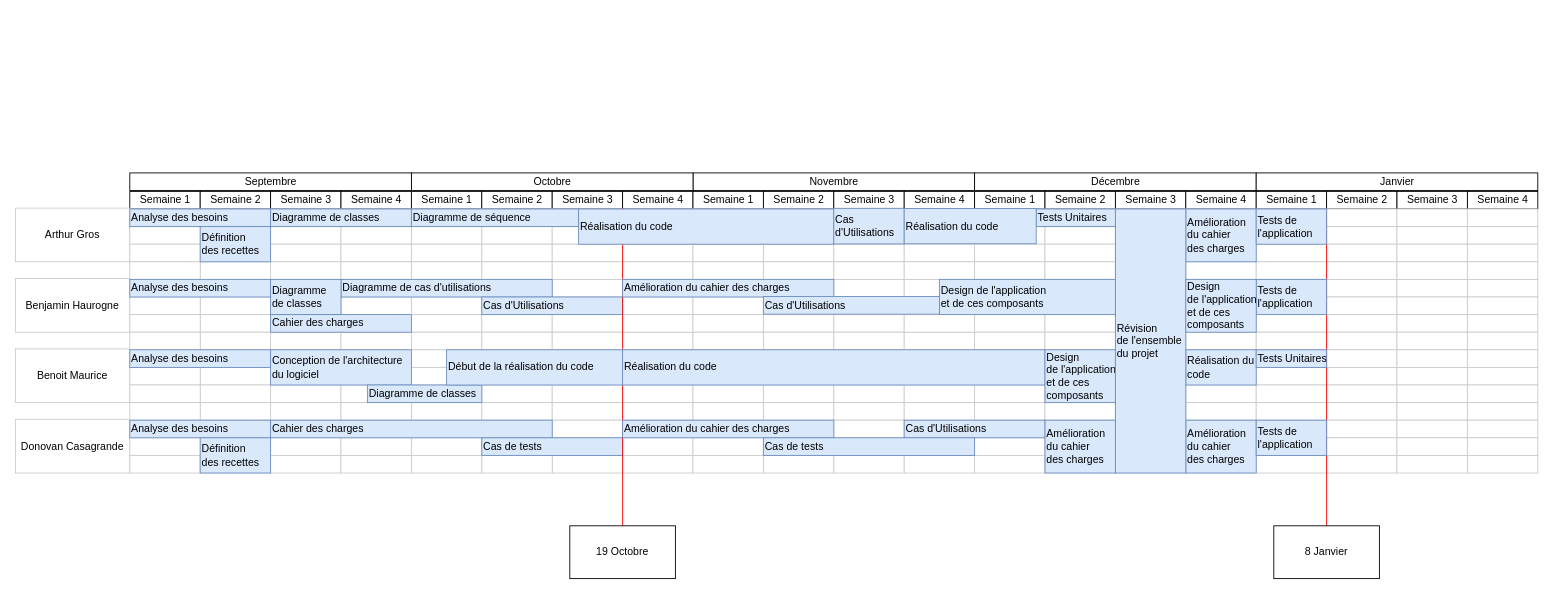
Earlier version of the draw.io diagram Gantt.drawio (BMaurice56/Tamagotchi). Source tidied: cells renumbered, new cells numbered last; positions are measured from the earlier drawing's top-left corner, leaving out a move shared by most shapes. Both pictures are drawn from the tidied source at 88%, with x=0, y=0 at pixel (15, 172).
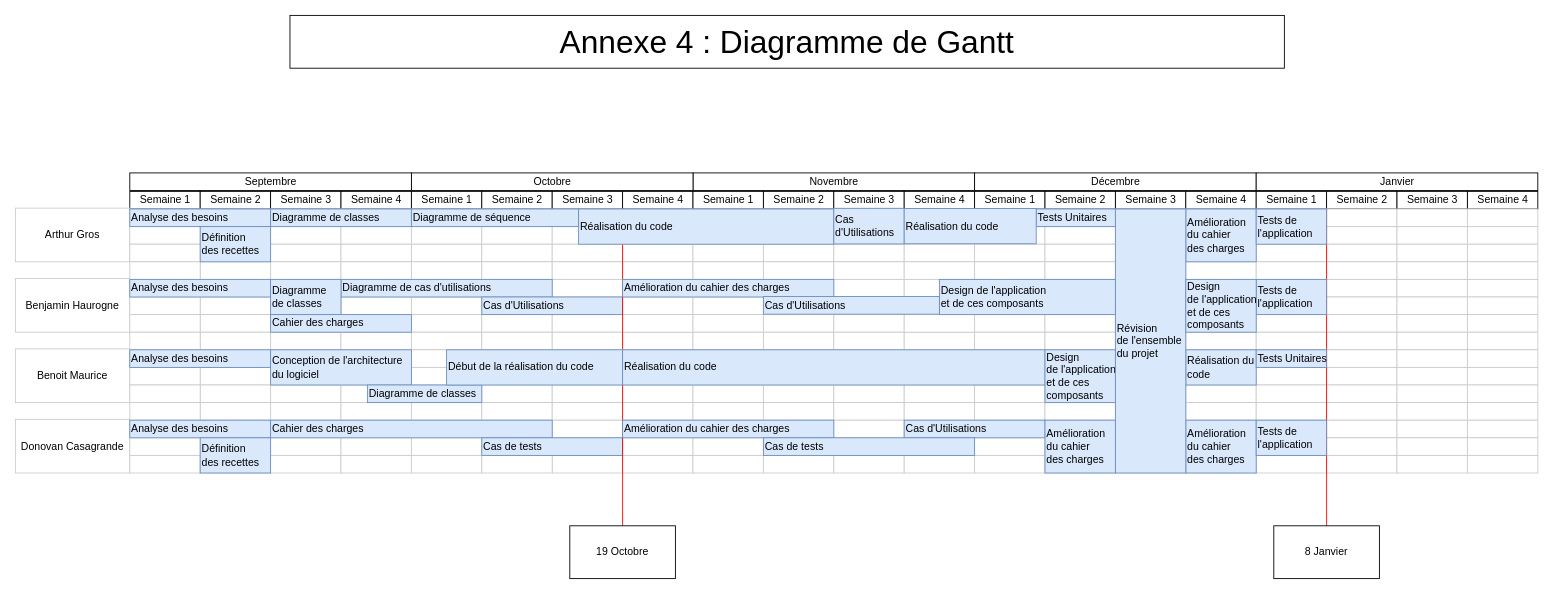
The same page after the edit.

Commit message:
Mettre à jour Gantt.drawio

What changed in the source:
```diff
@@
+    <mxCell id="375" value="&lt;font style=&quot;font-size: 36px;&quot;&gt;Annexe 4 : Diagramme de Gantt&lt;/font&gt;" style="rounded=0;whiteSpace=wrap;html=1;" parent="1" vertex="1">
+      <mxGeometry x="312" y="-179" width="1130" height="60" as="geometry" />
+    </mxCell>
```
